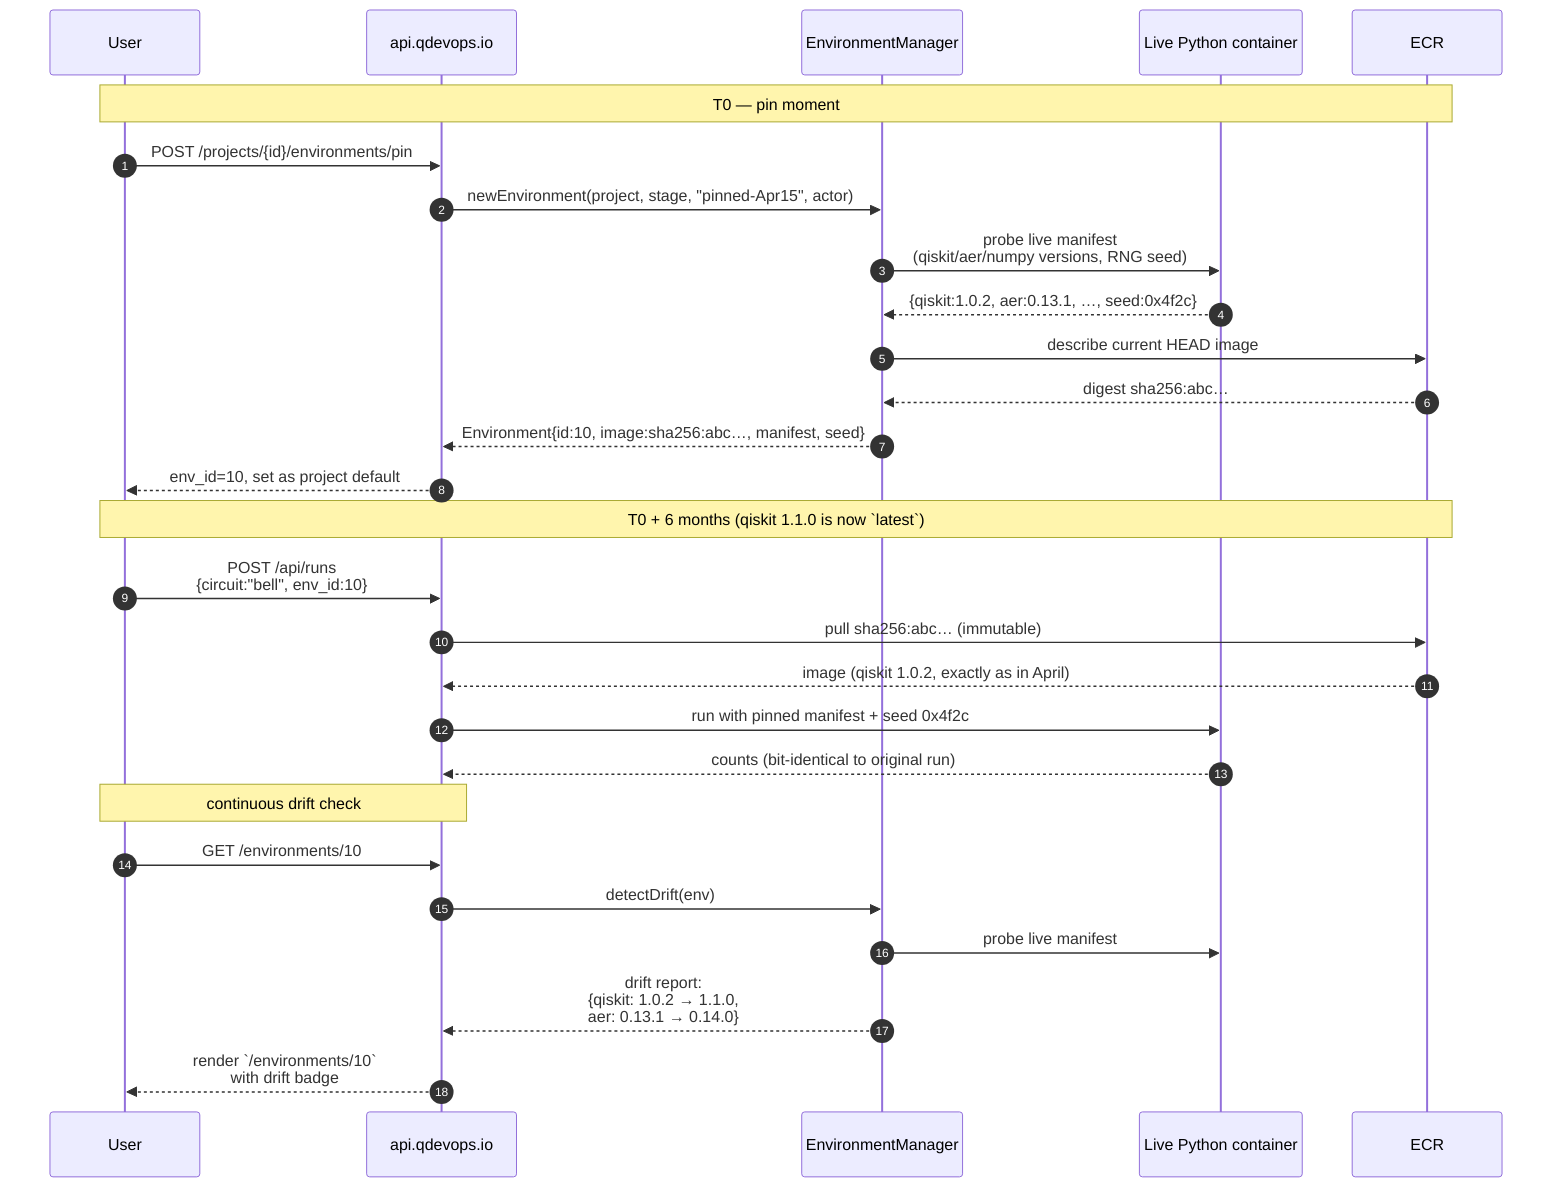
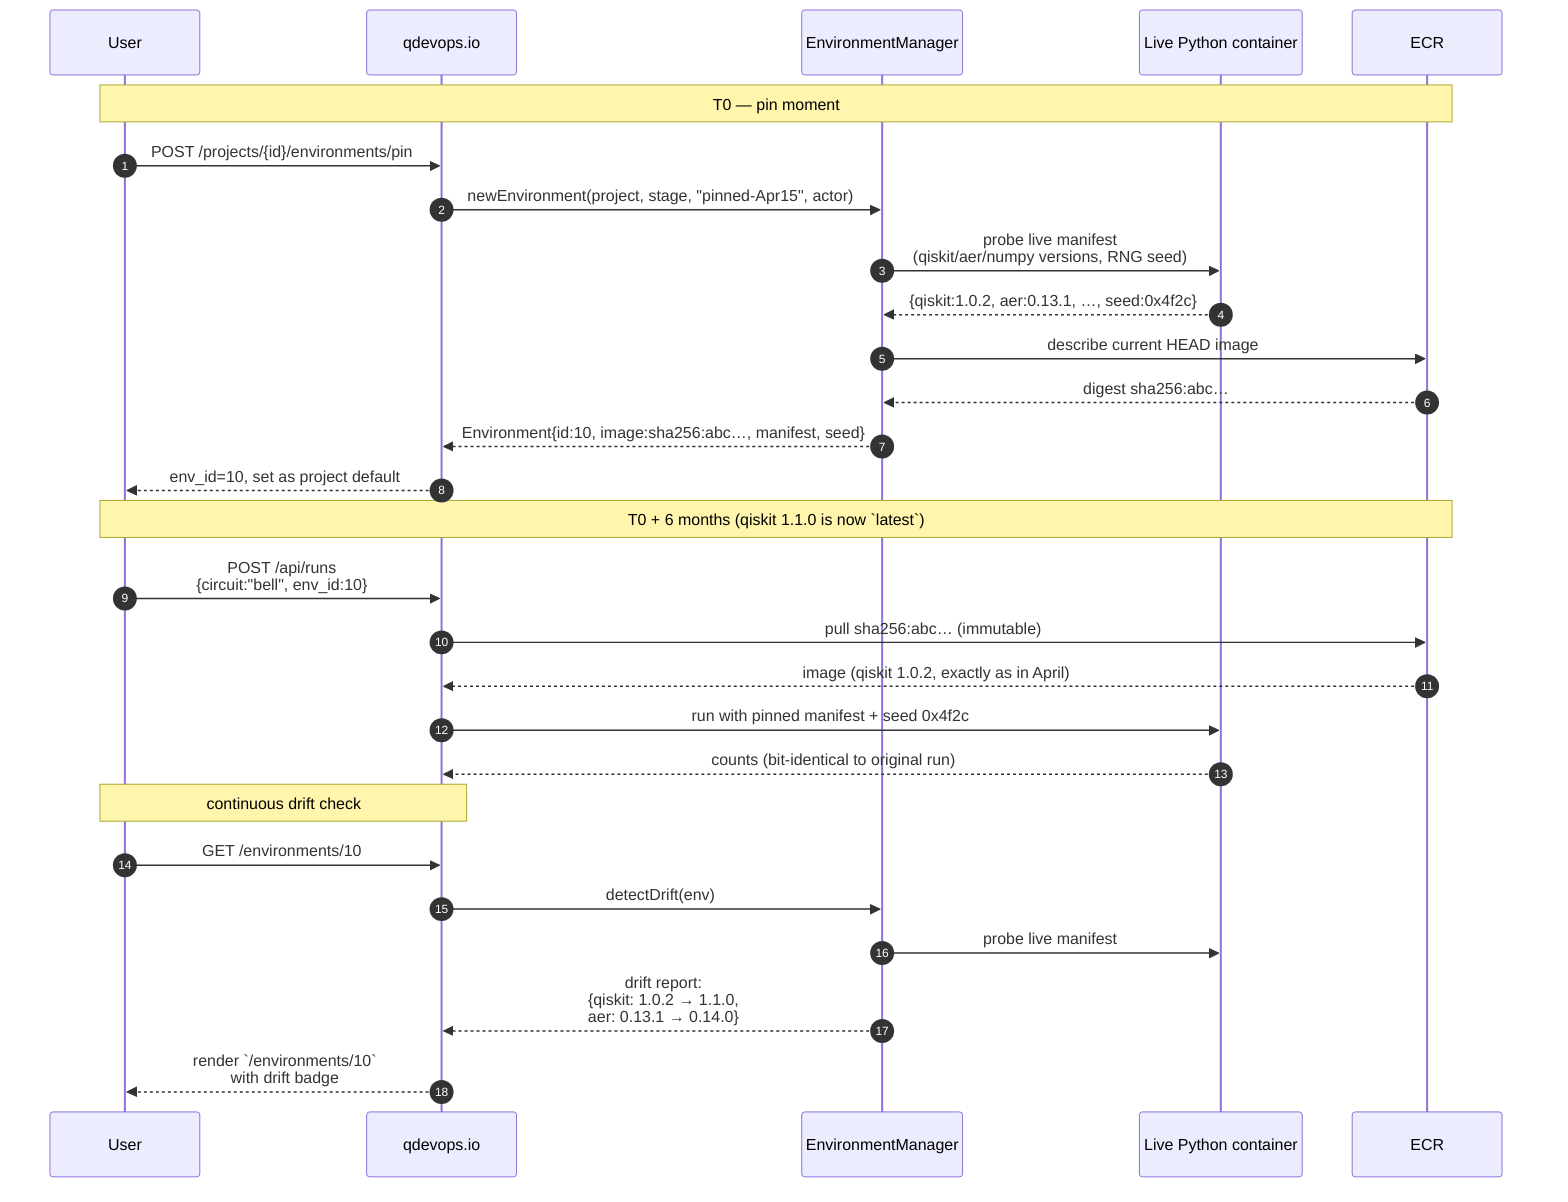
sequenceDiagram
    autonumber
    participant U as User
-     participant API as api.qdevops.io
+     participant API as qdevops.io
    participant EM as EnvironmentManager
    participant CONT as Live Python container
    participant ECR as ECR

    Note over U,ECR: T0 — pin moment
    U->>API: POST /projects/{id}/environments/pin
    API->>EM: newEnvironment(project, stage, "pinned-Apr15", actor)
    EM->>CONT: probe live manifest<br/>(qiskit/aer/numpy versions, RNG seed)
    CONT-->>EM: {qiskit:1.0.2, aer:0.13.1, …, seed:0x4f2c}
    EM->>ECR: describe current HEAD image
    ECR-->>EM: digest sha256:abc…
    EM-->>API: Environment{id:10, image:sha256:abc…, manifest, seed}
    API-->>U: env_id=10, set as project default

    Note over U,ECR: T0 + 6 months (qiskit 1.1.0 is now `latest`)
    U->>API: POST /api/runs<br/>{circuit:"bell", env_id:10}
    API->>ECR: pull sha256:abc… (immutable)
    ECR-->>API: image (qiskit 1.0.2, exactly as in April)
    API->>CONT: run with pinned manifest + seed 0x4f2c
    CONT-->>API: counts (bit-identical to original run)

    Note over U,API: continuous drift check
    U->>API: GET /environments/10
    API->>EM: detectDrift(env)
    EM->>CONT: probe live manifest
    EM-->>API: drift report:<br/>{qiskit: 1.0.2 → 1.1.0,<br/>aer: 0.13.1 → 0.14.0}
    API-->>U: render `/environments/10`<br/>with drift badge